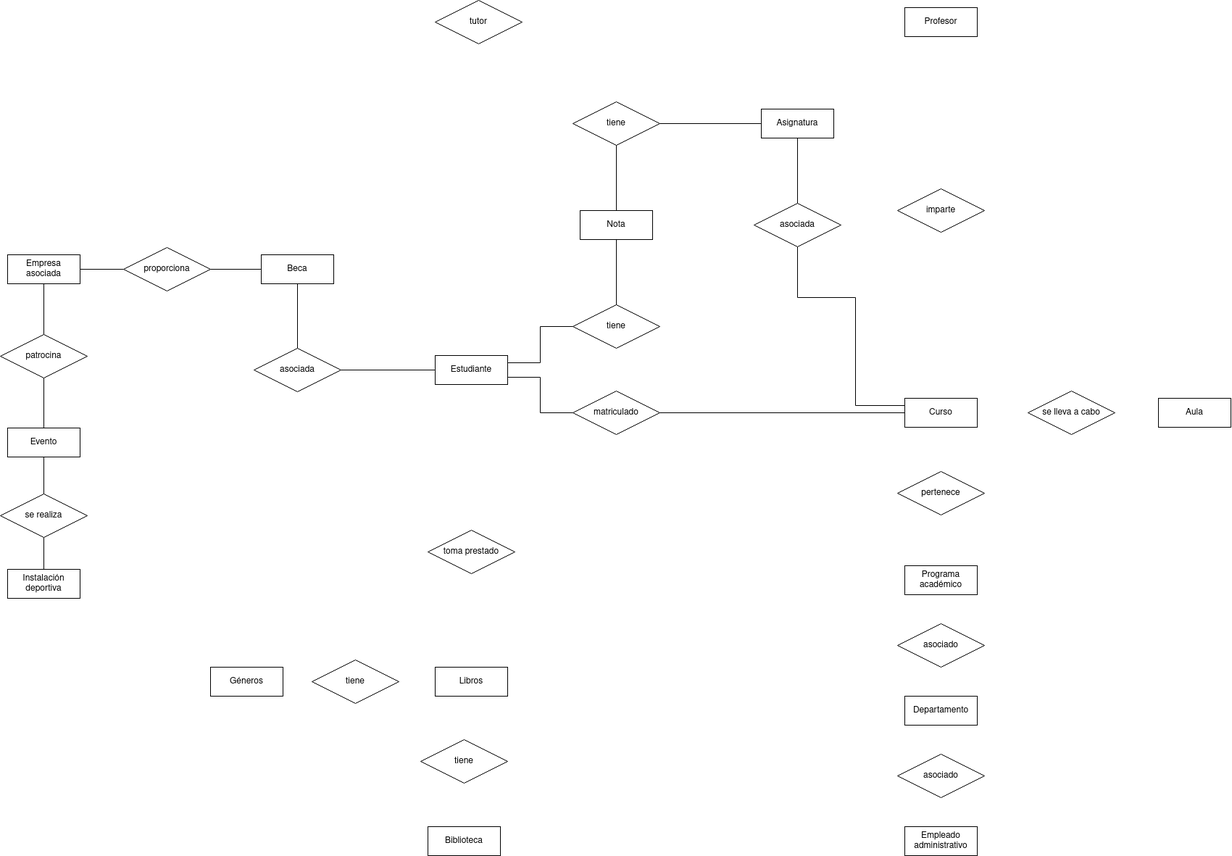
Earlier version of the draw.io export modelo-er/Modelo ER.drawio.png (RafaelMayor/proyectoBBDD). Source tidied: cells renumbered, new cells last; positions are measured from the earlier drawing's top-left corner, leaving out a move shared by most shapes.
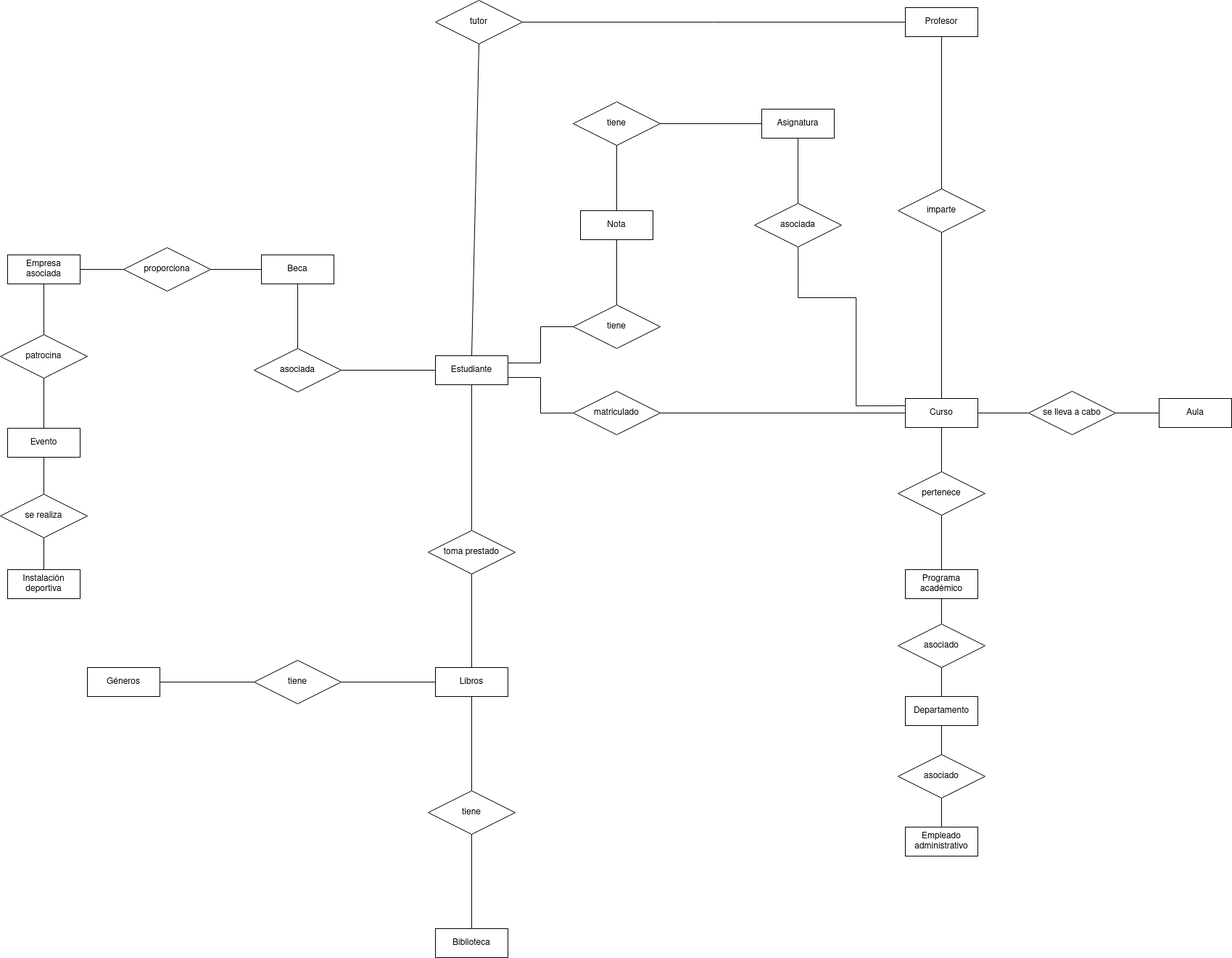
The same file after the commit.

What changed in the source:
```diff
@@ -15,7 +15,7 @@
       <mxGeometry x="1248" y="10" width="100" height="40" as="geometry" />
     </mxCell>
     <mxCell id="6" value="Programa académico" style="whiteSpace=wrap;html=1;align=center;" parent="1" vertex="1">
-      <mxGeometry x="1248" y="780" width="100" height="40" as="geometry" />
+      <mxGeometry x="1248" y="785" width="100" height="40" as="geometry" />
     </mxCell>
     <mxCell id="7" value="Curso" style="whiteSpace=wrap;html=1;align=center;" parent="1" vertex="1">
       <mxGeometry x="1248" y="549" width="100" height="40" as="geometry" />
@@ -39,7 +39,7 @@
       <mxGeometry x="360" y="351" width="100" height="40" as="geometry" />
     </mxCell>
     <mxCell id="14" value="Biblioteca" style="whiteSpace=wrap;html=1;align=center;" parent="1" vertex="1">
-      <mxGeometry x="590" y="1140" width="100" height="40" as="geometry" />
+      <mxGeometry x="600" y="1280" width="100" height="40" as="geometry" />
     </mxCell>
     <mxCell id="15" value="Instalación deportiva" style="whiteSpace=wrap;html=1;align=center;" parent="1" vertex="1">
       <mxGeometry x="10" y="785" width="100" height="40" as="geometry" />
@@ -93,13 +93,13 @@
       <mxGeometry x="600" y="920" width="100" height="40" as="geometry" />
     </mxCell>
     <mxCell id="30" value="tiene" style="shape=rhombus;perimeter=rhombusPerimeter;whiteSpace=wrap;html=1;align=center;" parent="1" vertex="1">
-      <mxGeometry x="580" y="1020" width="120" height="60" as="geometry" />
+      <mxGeometry x="590" y="1090" width="120" height="60" as="geometry" />
     </mxCell>
     <mxCell id="31" value="tiene" style="shape=rhombus;perimeter=rhombusPerimeter;whiteSpace=wrap;html=1;align=center;" parent="1" vertex="1">
-      <mxGeometry x="430" y="910" width="120" height="60" as="geometry" />
+      <mxGeometry x="350" y="910" width="120" height="60" as="geometry" />
     </mxCell>
     <mxCell id="32" value="Géneros" style="whiteSpace=wrap;html=1;align=center;" parent="1" vertex="1">
-      <mxGeometry x="290" y="920" width="100" height="40" as="geometry" />
+      <mxGeometry x="120" y="920" width="100" height="40" as="geometry" />
     </mxCell>
     <mxCell id="33" value="asociado" style="shape=rhombus;perimeter=rhombusPerimeter;whiteSpace=wrap;html=1;align=center;" parent="1" vertex="1">
       <mxGeometry x="1238" y="1040" width="120" height="60" as="geometry" />
@@ -155,5 +155,59 @@
     <mxCell id="50" style="endArrow=none;html=1;rounded=0;entryX=0.5;entryY=1;entryDx=0;entryDy=0;exitX=0.5;exitY=0;exitDx=0;exitDy=0;" parent="1" edge="1" source="21" target="8">
       <mxGeometry relative="1" as="geometry" />
     </mxCell>
+    <mxCell id="51" style="endArrow=none;html=1;rounded=0;entryX=0.5;entryY=1;entryDx=0;entryDy=0;exitX=0.5;exitY=0;exitDx=0;exitDy=0;" parent="1" edge="1" source="7" target="19">
+      <mxGeometry relative="1" as="geometry" />
+    </mxCell>
+    <mxCell id="52" style="endArrow=none;html=1;rounded=0;entryX=0.5;entryY=1;entryDx=0;entryDy=0;exitX=0.5;exitY=0;exitDx=0;exitDy=0;" parent="1" edge="1" source="19" target="5">
+      <mxGeometry relative="1" as="geometry" />
+    </mxCell>
+    <mxCell id="53" style="endArrow=none;html=1;rounded=0;entryX=1;entryY=0.5;entryDx=0;entryDy=0;exitX=0;exitY=0.5;exitDx=0;exitDy=0;" parent="1" edge="1" source="5" target="35">
+      <mxGeometry relative="1" as="geometry" />
+    </mxCell>
+    <mxCell id="54" style="endArrow=none;html=1;rounded=0;entryX=0.5;entryY=1;entryDx=0;entryDy=0;exitX=0.5;exitY=0;exitDx=0;exitDy=0;" parent="1" edge="1" source="4" target="35">
+      <mxGeometry relative="1" as="geometry" />
+    </mxCell>
+    <mxCell id="55" style="endArrow=none;html=1;rounded=0;entryX=0.5;entryY=1;entryDx=0;entryDy=0;exitX=0.5;exitY=0;exitDx=0;exitDy=0;" parent="1" edge="1" source="36" target="4">
+      <mxGeometry relative="1" as="geometry" />
+    </mxCell>
+    <mxCell id="56" style="endArrow=none;html=1;rounded=0;entryX=0.5;entryY=0;entryDx=0;entryDy=0;exitX=0.5;exitY=1;exitDx=0;exitDy=0;" parent="1" edge="1" source="36" target="29">
+      <mxGeometry relative="1" as="geometry" />
+    </mxCell>
+    <mxCell id="57" style="endArrow=none;html=1;rounded=0;entryX=0;entryY=0.5;entryDx=0;entryDy=0;exitX=1;exitY=0.5;exitDx=0;exitDy=0;" parent="1" edge="1" source="31" target="29">
+      <mxGeometry relative="1" as="geometry" />
+    </mxCell>
+    <mxCell id="58" style="endArrow=none;html=1;rounded=0;entryX=0;entryY=0.5;entryDx=0;entryDy=0;exitX=1;exitY=0.5;exitDx=0;exitDy=0;" parent="1" edge="1" source="32" target="31">
+      <mxGeometry relative="1" as="geometry" />
+    </mxCell>
+    <mxCell id="59" style="endArrow=none;html=1;rounded=0;entryX=0.5;entryY=1;entryDx=0;entryDy=0;exitX=0.5;exitY=0;exitDx=0;exitDy=0;" parent="1" edge="1" source="30" target="29">
+      <mxGeometry relative="1" as="geometry" />
+    </mxCell>
+    <mxCell id="60" style="endArrow=none;html=1;rounded=0;entryX=0.5;entryY=1;entryDx=0;entryDy=0;exitX=0.5;exitY=0;exitDx=0;exitDy=0;" parent="1" edge="1" source="14" target="30">
+      <mxGeometry relative="1" as="geometry" />
+    </mxCell>
+    <mxCell id="61" style="endArrow=none;html=1;rounded=0;entryX=0.5;entryY=1;entryDx=0;entryDy=0;exitX=0.5;exitY=0;exitDx=0;exitDy=0;" parent="1" edge="1" source="18" target="7">
+      <mxGeometry relative="1" as="geometry" />
+    </mxCell>
+    <mxCell id="62" style="endArrow=none;html=1;rounded=0;entryX=0.5;entryY=1;entryDx=0;entryDy=0;exitX=0.5;exitY=0;exitDx=0;exitDy=0;" parent="1" edge="1" source="16" target="33">
+      <mxGeometry relative="1" as="geometry" />
+    </mxCell>
+    <mxCell id="63" style="endArrow=none;html=1;rounded=0;entryX=0.5;entryY=1;entryDx=0;entryDy=0;exitX=0.5;exitY=0;exitDx=0;exitDy=0;" parent="1" edge="1" source="33" target="10">
+      <mxGeometry relative="1" as="geometry" />
+    </mxCell>
+    <mxCell id="64" style="endArrow=none;html=1;rounded=0;entryX=0.5;entryY=1;entryDx=0;entryDy=0;exitX=0.5;exitY=0;exitDx=0;exitDy=0;" parent="1" edge="1" source="10" target="23">
+      <mxGeometry relative="1" as="geometry" />
+    </mxCell>
+    <mxCell id="65" style="endArrow=none;html=1;rounded=0;entryX=0.5;entryY=0;entryDx=0;entryDy=0;exitX=0.5;exitY=1;exitDx=0;exitDy=0;" parent="1" edge="1" source="6" target="23">
+      <mxGeometry relative="1" as="geometry" />
+    </mxCell>
+    <mxCell id="66" style="endArrow=none;html=1;rounded=0;entryX=0.5;entryY=1;entryDx=0;entryDy=0;exitX=0.5;exitY=0;exitDx=0;exitDy=0;" parent="1" edge="1" source="6" target="18">
+      <mxGeometry relative="1" as="geometry" />
+    </mxCell>
+    <mxCell id="67" style="endArrow=none;html=1;rounded=0;entryX=1;entryY=0.5;entryDx=0;entryDy=0;exitX=0;exitY=0.5;exitDx=0;exitDy=0;" parent="1" edge="1" source="22" target="7">
+      <mxGeometry relative="1" as="geometry" />
+    </mxCell>
+    <mxCell id="68" style="endArrow=none;html=1;rounded=0;entryX=1;entryY=0.5;entryDx=0;entryDy=0;exitX=0;exitY=0.5;exitDx=0;exitDy=0;" parent="1" edge="1" source="9" target="22">
+      <mxGeometry relative="1" as="geometry" />
+    </mxCell>
   </root>
 </mxGraphModel>
```
